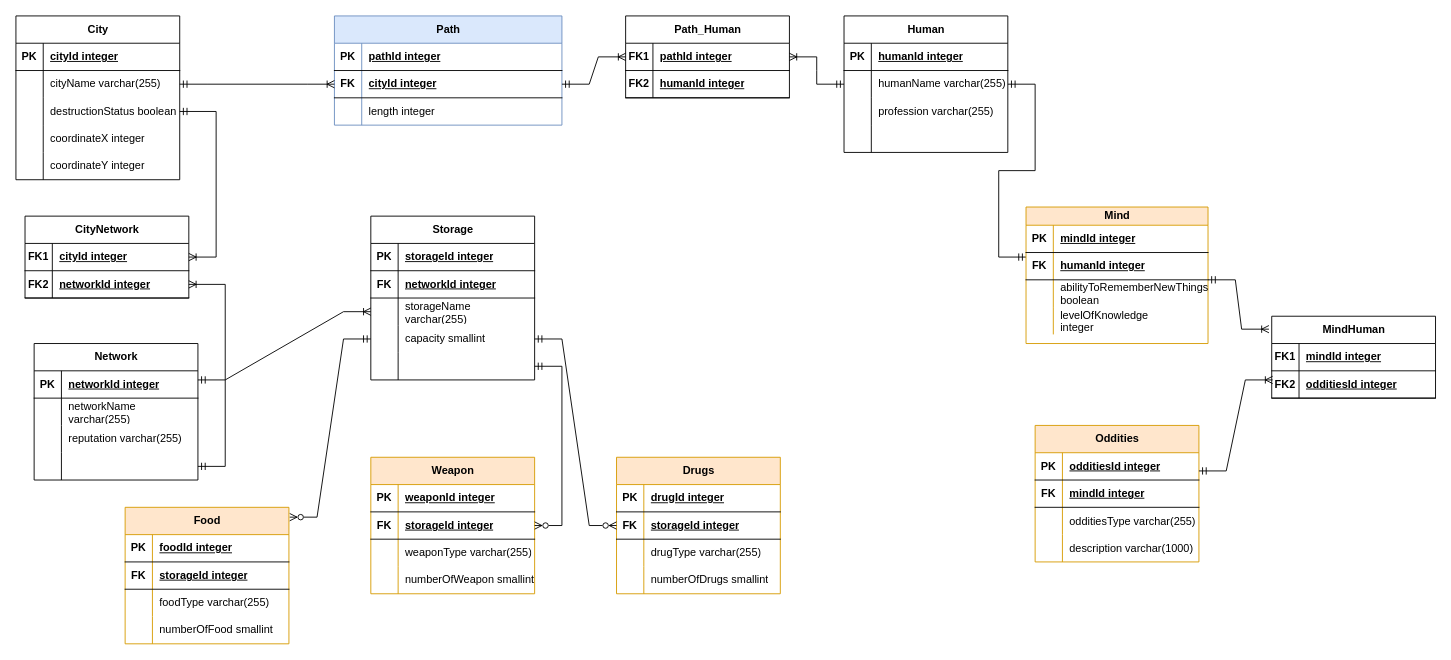
Earlier version of the draw.io diagram Семестр 5/ИСБД/lab1/img/datalogical.drawio (Ivanio1/itmo-3course). Source tidied: cells renumbered, new cells numbered last; positions are measured from the earlier drawing's top-left corner, leaving out a move shared by most shapes. Both pictures are drawn from the tidied source at 91%, with x=0, y=0 at pixel (15, 15).
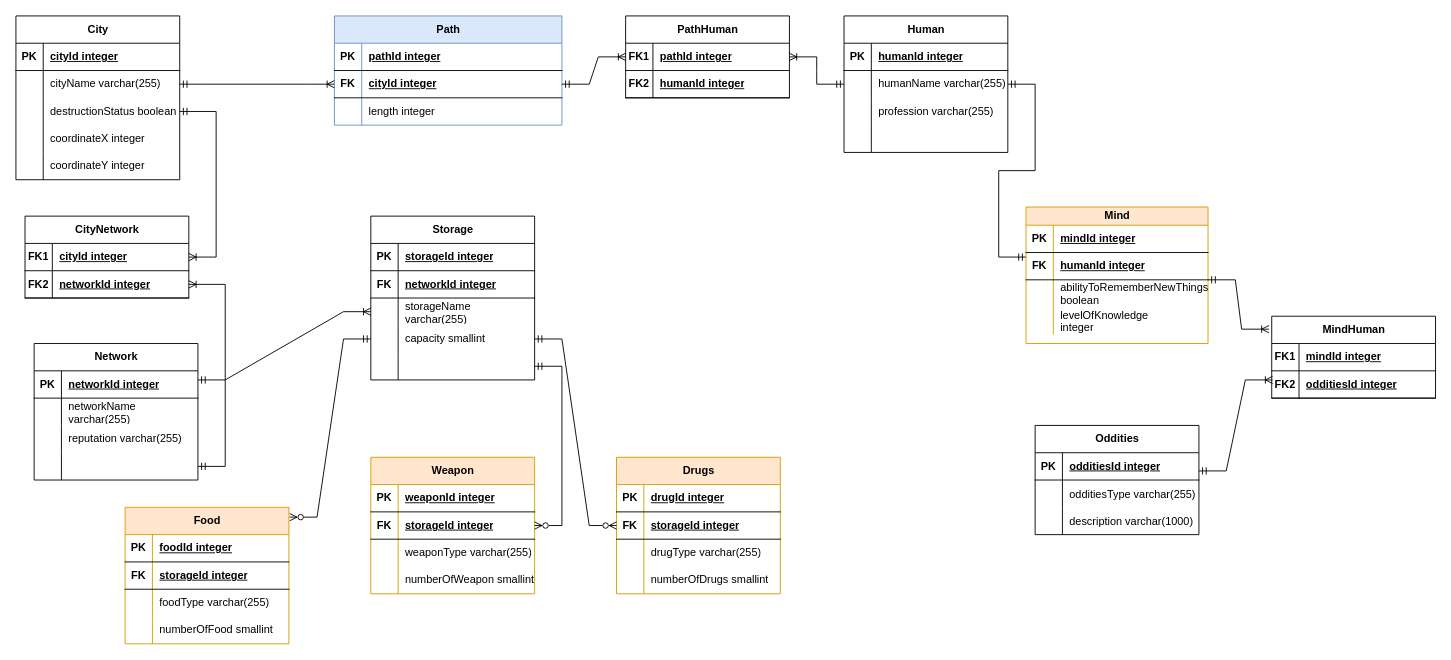
The same page after the edit.

The edit, as a diff of the source:
```diff
@@
-    <mxCell id="96" value="Oddities" style="shape=table;startSize=30;childLayout=tableLayout;rowLines=0;fontStyle=1;align=center;html=1;fillColor=#ffe6cc;strokeColor=#d79b00;" parent="1" vertex="1">
-      <mxGeometry x="1120" y="450" width="180" height="150" as="geometry" />
+    <mxCell id="96" value="Oddities" style="shape=table;startSize=30;childLayout=tableLayout;rowLines=0;fontStyle=1;align=center;html=1;" parent="1" vertex="1">
+      <mxGeometry x="1120" y="450" width="180" height="120" as="geometry" />
     </mxCell>
@@
-    <mxCell id="100" style="shape=tableRow;horizontal=0;startSize=0;swimlaneHead=0;swimlaneBody=0;fillColor=none;top=0;left=0;right=0;bottom=1;" parent="96" vertex="1">
-      <mxGeometry y="60" width="180" height="30" as="geometry" />
-    </mxCell>
-    <mxCell id="101" value="FK" style="shape=partialRectangle;fillColor=none;top=0;left=0;bottom=0;right=0;fontStyle=1;overflow=hidden;whiteSpace=wrap;html=1;" parent="100" vertex="1">
-      <mxGeometry width="30" height="30" as="geometry" />
-    </mxCell>
-    <mxCell id="102" value="mindId integer" style="shape=partialRectangle;fillColor=none;top=0;left=0;bottom=0;right=0;align=left;spacingLeft=6;fontStyle=5;overflow=hidden;whiteSpace=wrap;html=1;" parent="100" vertex="1">
-      <mxGeometry x="30" width="150" height="30" as="geometry" />
-    </mxCell>
     <mxCell id="103" style="shape=tableRow;horizontal=0;startSize=0;swimlaneHead=0;swimlaneBody=0;fillColor=none;top=0;left=0;right=0;bottom=0;" parent="96" vertex="1">
-      <mxGeometry y="90" width="180" height="30" as="geometry" />
+      <mxGeometry y="60" width="180" height="30" as="geometry" />
     </mxCell>
@@
     <mxCell id="106" style="shape=tableRow;horizontal=0;startSize=0;swimlaneHead=0;swimlaneBody=0;fillColor=none;top=0;left=0;right=0;bottom=0;" parent="96" vertex="1">
-      <mxGeometry y="120" width="180" height="30" as="geometry" />
+      <mxGeometry y="90" width="180" height="30" as="geometry" />
     </mxCell>
@@
-    <mxCell id="114" value="Path_Human" style="shape=table;startSize=30;childLayout=tableLayout;rowLines=0;fontStyle=1;align=center;html=1;" parent="1" vertex="1">
+    <mxCell id="114" value="PathHuman" style="shape=table;startSize=30;childLayout=tableLayout;rowLines=0;fontStyle=1;align=center;html=1;" parent="1" vertex="1">
       <mxGeometry x="670" width="180" height="90" as="geometry" />
     </mxCell>
```
